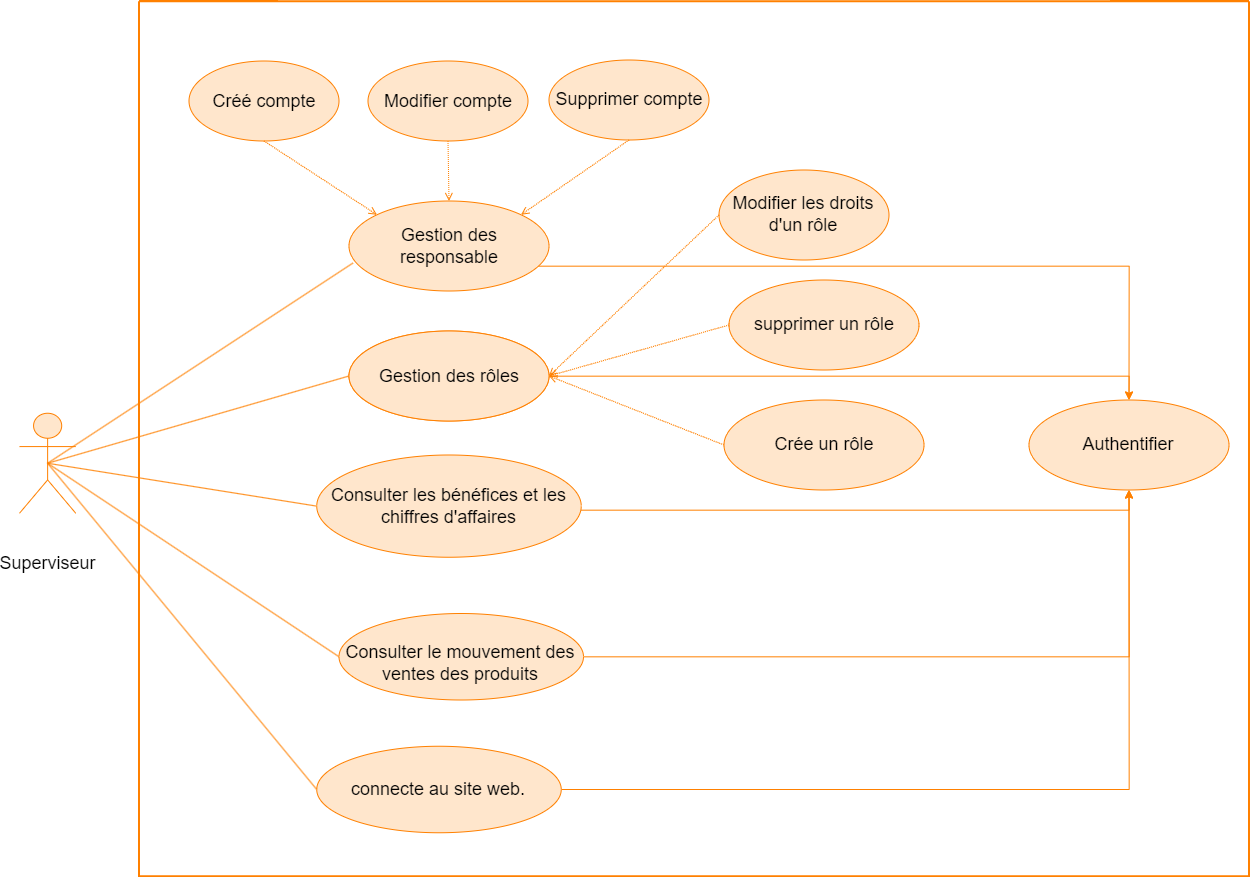
This is images/usecase SU.png from alizhassane/pfe, a draw.io export, as it was before one commit. Source tidied: cells renumbered, new cells last; positions are measured from the earlier drawing's top-left corner, leaving out a move shared by most shapes. Its diagram source:
```xml
<mxGraphModel>
  <root>
    <mxCell id="0" />
    <mxCell id="1" parent="0" />
    <mxCell id="2" style="rounded=0;jettySize=auto;html=1;endArrow=none;endFill=0;entryX=0.5;entryY=0.5;entryDx=0;entryDy=0;entryPerimeter=0;exitX=0;exitY=0.5;exitDx=0;exitDy=0;strokeColor=#FF8000;align=center;verticalAlign=middle;fontFamily=Helvetica;fontSize=12;fontColor=default;fillColor=#FFE6CC;" parent="1" edge="1" source="25" target="16">
      <mxGeometry relative="1" as="geometry" />
    </mxCell>
    <mxCell id="3" style="edgeStyle=orthogonalEdgeStyle;rounded=0;jettySize=auto;html=1;entryX=0.5;entryY=0;entryDx=0;entryDy=0;strokeColor=#FF8000;align=center;verticalAlign=middle;fontFamily=Helvetica;fontSize=12;fontColor=default;fillColor=#FFE6CC;" parent="1" edge="1" source="4" target="31">
      <mxGeometry relative="1" as="geometry">
        <Array as="points">
          <mxPoint x="1109.5" y="264.8" />
        </Array>
      </mxGeometry>
    </mxCell>
    <mxCell id="4" value="&lt;span style=&quot;font-size: 18px;&quot;&gt;Gestion des responsable&lt;/span&gt;" style="ellipse;whiteSpace=wrap;html=1;strokeColor=#FF8000;align=center;verticalAlign=middle;fontFamily=Helvetica;fontSize=12;fontColor=default;fillColor=#FFE6CC;" parent="1" vertex="1">
      <mxGeometry x="329.5" y="199.5" width="200" height="90" as="geometry" />
    </mxCell>
    <mxCell id="5" value="&lt;span style=&quot;font-size: 18px;&quot;&gt;Gestion des achats&lt;/span&gt;" style="ellipse;whiteSpace=wrap;html=1;strokeColor=#FF8000;align=center;verticalAlign=middle;fontFamily=Helvetica;fontSize=12;fontColor=default;fillColor=#FFE6CC;" parent="1" vertex="1">
      <mxGeometry x="329.5" y="329.5" width="200" height="90" as="geometry" />
    </mxCell>
    <mxCell id="6" value="&lt;span style=&quot;font-size: 18px;&quot;&gt;Modifier compte&lt;/span&gt;" style="ellipse;whiteSpace=wrap;html=1;strokeColor=#FF8000;align=center;verticalAlign=middle;fontFamily=Helvetica;fontSize=12;fontColor=default;fillColor=#FFE6CC;" parent="1" vertex="1">
      <mxGeometry x="348.5" y="59.5" width="160" height="80" as="geometry" />
    </mxCell>
    <mxCell id="7" style="rounded=0;jettySize=auto;html=1;dashed=1;dashPattern=1 1;endArrow=open;endFill=0;entryX=1;entryY=0.5;entryDx=0;entryDy=0;exitX=0;exitY=0.5;exitDx=0;exitDy=0;strokeColor=#FF8000;align=center;verticalAlign=middle;fontFamily=Helvetica;fontSize=12;fontColor=default;fillColor=#FFE6CC;" parent="1" edge="1" source="17" target="22">
      <mxGeometry relative="1" as="geometry" />
    </mxCell>
    <mxCell id="8" value="&lt;span style=&quot;font-size: 18px;&quot;&gt;Créé compte&lt;/span&gt;" style="ellipse;whiteSpace=wrap;html=1;strokeColor=#FF8000;align=center;verticalAlign=middle;fontFamily=Helvetica;fontSize=12;fontColor=default;fillColor=#FFE6CC;" parent="1" vertex="1">
      <mxGeometry x="169.5" y="59.5" width="150" height="80" as="geometry" />
    </mxCell>
    <mxCell id="9" value="&lt;span style=&quot;font-size: 18px;&quot;&gt;Supprimer compte&lt;/span&gt;" style="ellipse;whiteSpace=wrap;html=1;strokeColor=#FF8000;align=center;verticalAlign=middle;fontFamily=Helvetica;fontSize=12;fontColor=default;fillColor=#FFE6CC;" parent="1" vertex="1">
      <mxGeometry x="529.5" y="58.5" width="160" height="80" as="geometry" />
    </mxCell>
    <mxCell id="10" value="&lt;span style=&quot;font-size: 18px;&quot;&gt;supprimer un rôle&lt;/span&gt;" style="ellipse;whiteSpace=wrap;html=1;strokeColor=#FF8000;align=center;verticalAlign=middle;fontFamily=Helvetica;fontSize=12;fontColor=default;fillColor=#FFE6CC;" parent="1" vertex="1">
      <mxGeometry x="709.5" y="278.5" width="190" height="90" as="geometry" />
    </mxCell>
    <mxCell id="11" value="&lt;span style=&quot;font-size: 18px;&quot;&gt;Modifier les droits d'un rôle&lt;/span&gt;" style="ellipse;whiteSpace=wrap;html=1;strokeColor=#FF8000;align=center;verticalAlign=middle;fontFamily=Helvetica;fontSize=12;fontColor=default;fillColor=#FFE6CC;" parent="1" vertex="1">
      <mxGeometry x="699.5" y="168.5" width="170" height="90" as="geometry" />
    </mxCell>
    <mxCell id="12" style="rounded=0;jettySize=auto;html=1;dashed=1;dashPattern=1 1;endArrow=open;endFill=0;entryX=0;entryY=0;entryDx=0;entryDy=0;exitX=0.5;exitY=1;exitDx=0;exitDy=0;strokeColor=#FF8000;align=center;verticalAlign=middle;fontFamily=Helvetica;fontSize=12;fontColor=default;fillColor=#FFE6CC;" parent="1" edge="1" source="8" target="4">
      <mxGeometry relative="1" as="geometry" />
    </mxCell>
    <mxCell id="13" style="rounded=0;jettySize=auto;html=1;endArrow=none;endFill=0;entryX=0.5;entryY=0.5;entryDx=0;entryDy=0;entryPerimeter=0;exitX=0;exitY=0.5;exitDx=0;exitDy=0;strokeColor=#FF8000;align=center;verticalAlign=middle;fontFamily=Helvetica;fontSize=12;fontColor=default;fillColor=#FFE6CC;" parent="1" edge="1" source="5" target="16">
      <mxGeometry relative="1" as="geometry" />
    </mxCell>
    <mxCell id="14" style="rounded=0;jettySize=auto;html=1;dashed=1;dashPattern=1 1;endArrow=open;endFill=0;entryX=0.5;entryY=0;entryDx=0;entryDy=0;exitX=0.5;exitY=1;exitDx=0;exitDy=0;strokeColor=#FF8000;align=center;verticalAlign=middle;fontFamily=Helvetica;fontSize=12;fontColor=default;fillColor=#FFE6CC;" parent="1" edge="1" source="6" target="4">
      <mxGeometry relative="1" as="geometry" />
    </mxCell>
    <mxCell id="15" style="rounded=0;jettySize=auto;html=1;dashed=1;dashPattern=1 1;endArrow=open;endFill=0;entryX=1;entryY=0;entryDx=0;entryDy=0;exitX=0.5;exitY=1;exitDx=0;exitDy=0;strokeColor=#FF8000;align=center;verticalAlign=middle;fontFamily=Helvetica;fontSize=12;fontColor=default;fillColor=#FFE6CC;" parent="1" edge="1" source="9" target="4">
      <mxGeometry relative="1" as="geometry" />
    </mxCell>
    <mxCell id="16" value="&lt;span style=&quot;font-size: 18px;&quot;&gt;Superviseur&lt;/span&gt;" style="shape=umlActor;verticalLabelPosition=bottom;verticalAlign=middle;html=1;outlineConnect=0;strokeColor=#FF8000;align=center;fontFamily=Helvetica;fontSize=12;fontColor=default;fillColor=#FFE6CC;" parent="1" vertex="1">
      <mxGeometry y="411.8" width="56.2" height="100" as="geometry" />
    </mxCell>
    <mxCell id="17" value="&lt;span style=&quot;font-size: 18px;&quot;&gt;Crée un rôle&lt;/span&gt;" style="ellipse;whiteSpace=wrap;html=1;strokeColor=#FF8000;align=center;verticalAlign=middle;fontFamily=Helvetica;fontSize=12;fontColor=default;fillColor=#FFE6CC;" parent="1" vertex="1">
      <mxGeometry x="704.5" y="398.5" width="200" height="90" as="geometry" />
    </mxCell>
    <mxCell id="18" style="rounded=0;jettySize=auto;html=1;endArrow=none;endFill=0;entryX=0.5;entryY=0.5;entryDx=0;entryDy=0;entryPerimeter=0;exitX=0.02;exitY=0.689;exitDx=0;exitDy=0;exitPerimeter=0;strokeColor=#FF8000;align=center;verticalAlign=middle;fontFamily=Helvetica;fontSize=12;fontColor=default;fillColor=#FFE6CC;" parent="1" edge="1" source="4" target="16">
      <mxGeometry relative="1" as="geometry" />
    </mxCell>
    <mxCell id="19" style="rounded=0;jettySize=auto;html=1;dashed=1;dashPattern=1 1;endArrow=open;endFill=0;entryX=1;entryY=0.5;entryDx=0;entryDy=0;exitX=0;exitY=0.5;exitDx=0;exitDy=0;strokeColor=#FF8000;align=center;verticalAlign=middle;fontFamily=Helvetica;fontSize=12;fontColor=default;fillColor=#FFE6CC;" parent="1" edge="1" source="11" target="5">
      <mxGeometry relative="1" as="geometry" />
    </mxCell>
    <mxCell id="20" style="rounded=0;jettySize=auto;html=1;dashed=1;dashPattern=1 1;endArrow=open;endFill=0;entryX=1;entryY=0.5;entryDx=0;entryDy=0;exitX=0;exitY=0.5;exitDx=0;exitDy=0;strokeColor=#FF8000;align=center;verticalAlign=middle;fontFamily=Helvetica;fontSize=12;fontColor=default;fillColor=#FFE6CC;" parent="1" edge="1" source="10" target="5">
      <mxGeometry relative="1" as="geometry" />
    </mxCell>
    <mxCell id="21" style="edgeStyle=orthogonalEdgeStyle;rounded=0;jettySize=auto;html=1;entryX=0.5;entryY=0;entryDx=0;entryDy=0;strokeColor=#FF8000;align=center;verticalAlign=middle;fontFamily=Helvetica;fontSize=12;fontColor=default;fillColor=#FFE6CC;" parent="1" edge="1" source="22" target="31">
      <mxGeometry relative="1" as="geometry" />
    </mxCell>
    <mxCell id="22" value="&lt;span style=&quot;font-size: 18px;&quot;&gt;Gestion des rôles&lt;/span&gt;" style="ellipse;whiteSpace=wrap;html=1;strokeColor=#FF8000;align=center;verticalAlign=middle;fontFamily=Helvetica;fontSize=12;fontColor=default;fillColor=#FFE6CC;" parent="1" vertex="1">
      <mxGeometry x="329.5" y="329.5" width="200" height="90" as="geometry" />
    </mxCell>
    <mxCell id="23" style="rounded=0;jettySize=auto;html=1;endArrow=none;endFill=0;entryX=0.5;entryY=0.5;entryDx=0;entryDy=0;entryPerimeter=0;exitX=0;exitY=0.5;exitDx=0;exitDy=0;strokeColor=#FF8000;align=center;verticalAlign=middle;fontFamily=Helvetica;fontSize=12;fontColor=default;fillColor=#FFE6CC;" parent="1" edge="1" source="27" target="16">
      <mxGeometry relative="1" as="geometry" />
    </mxCell>
    <mxCell id="24" style="edgeStyle=orthogonalEdgeStyle;rounded=0;jettySize=auto;html=1;entryX=0.5;entryY=1;entryDx=0;entryDy=0;strokeColor=#FF8000;align=center;verticalAlign=middle;fontFamily=Helvetica;fontSize=12;fontColor=default;fillColor=#FFE6CC;" parent="1" edge="1" source="25" target="31">
      <mxGeometry relative="1" as="geometry">
        <Array as="points">
          <mxPoint x="1109.5" y="508.8" />
        </Array>
      </mxGeometry>
    </mxCell>
    <mxCell id="25" value="&lt;span style=&quot;font-size: 18px;&quot;&gt;Consulter les bénéfices et les chiffres d'affaires&lt;/span&gt;" style="ellipse;whiteSpace=wrap;html=1;strokeColor=#FF8000;align=center;verticalAlign=middle;fontFamily=Helvetica;fontSize=12;fontColor=default;fillColor=#FFE6CC;" parent="1" vertex="1">
      <mxGeometry x="297.2" y="453.5" width="264.5" height="102.2" as="geometry" />
    </mxCell>
    <mxCell id="26" style="edgeStyle=orthogonalEdgeStyle;rounded=0;jettySize=auto;html=1;entryX=0.5;entryY=1;entryDx=0;entryDy=0;strokeColor=#FF8000;align=center;verticalAlign=middle;fontFamily=Helvetica;fontSize=12;fontColor=default;fillColor=#FFE6CC;" parent="1" edge="1" source="27" target="31">
      <mxGeometry relative="1" as="geometry" />
    </mxCell>
    <mxCell id="27" value="&lt;div&gt;&lt;span style=&quot;background-color: rgb(255, 230, 204);&quot;&gt;&lt;br&gt;&lt;/span&gt;&lt;/div&gt;&lt;span style=&quot;background-color: rgb(255, 230, 204);&quot;&gt;&lt;br&gt;&lt;span style=&quot;color: rgb(0, 0, 0); font-family: Helvetica; font-size: 18px; font-style: normal; font-variant-ligatures: normal; font-variant-caps: normal; font-weight: 400; letter-spacing: normal; orphans: 2; text-align: center; text-indent: 0px; text-transform: none; widows: 2; word-spacing: 0px; -webkit-text-stroke-width: 0px; white-space: normal; text-decoration-thickness: initial; text-decoration-style: initial; text-decoration-color: initial; float: none; display: inline !important;&quot;&gt;Consulter le mouvement des ventes des produits&lt;/span&gt;&lt;/span&gt;&lt;div&gt;&lt;br&gt;&lt;/div&gt;" style="ellipse;whiteSpace=wrap;html=1;strokeColor=#FF8000;align=center;verticalAlign=middle;fontFamily=Helvetica;fontSize=12;fontColor=default;fillColor=#FFE6CC;" parent="1" vertex="1">
      <mxGeometry x="319.5" y="612" width="244.5" height="86.5" as="geometry" />
    </mxCell>
    <mxCell id="28" style="edgeStyle=orthogonalEdgeStyle;rounded=0;jettySize=auto;html=1;strokeColor=#FF8000;align=center;verticalAlign=middle;fontFamily=Helvetica;fontSize=12;fontColor=default;fillColor=#FFE6CC;" parent="1" edge="1" source="29" target="31">
      <mxGeometry relative="1" as="geometry" />
    </mxCell>
    <mxCell id="29" value="&lt;font style=&quot;font-size: 18px;&quot;&gt;connecte au site web.&lt;/font&gt;" style="ellipse;whiteSpace=wrap;html=1;strokeColor=#FF8000;align=center;verticalAlign=middle;fontFamily=Helvetica;fontSize=12;fontColor=default;fillColor=#FFE6CC;" parent="1" vertex="1">
      <mxGeometry x="297.2" y="744.8" width="244.5" height="86.5" as="geometry" />
    </mxCell>
    <mxCell id="30" style="rounded=0;jettySize=auto;html=1;endArrow=none;endFill=0;entryX=0.5;entryY=0.5;entryDx=0;entryDy=0;entryPerimeter=0;exitX=0;exitY=0.5;exitDx=0;exitDy=0;strokeColor=#FF8000;align=center;verticalAlign=middle;fontFamily=Helvetica;fontSize=12;fontColor=default;fillColor=#FFE6CC;" parent="1" edge="1" source="29" target="16">
      <mxGeometry relative="1" as="geometry" />
    </mxCell>
    <mxCell id="31" value="&lt;span style=&quot;font-size: 18px;&quot;&gt;Authentifier&lt;/span&gt;" style="ellipse;whiteSpace=wrap;html=1;strokeColor=#FF8000;align=center;verticalAlign=middle;fontFamily=Helvetica;fontSize=12;fontColor=default;fillColor=#FFE6CC;" parent="1" vertex="1">
      <mxGeometry x="1009.5" y="398.5" width="200" height="90" as="geometry" />
    </mxCell>
    <mxCell id="32" style="swimlane;startSize=0;strokeWidth=2;strokeColor=#FF8000;align=center;verticalAlign=middle;fontFamily=Helvetica;fontSize=12;fontColor=default;fillColor=#FFE6CC;" parent="1" vertex="1">
      <mxGeometry x="119.5" y="-0.2" width="1110" height="875" as="geometry" />
    </mxCell>
  </root>
</mxGraphModel>
```
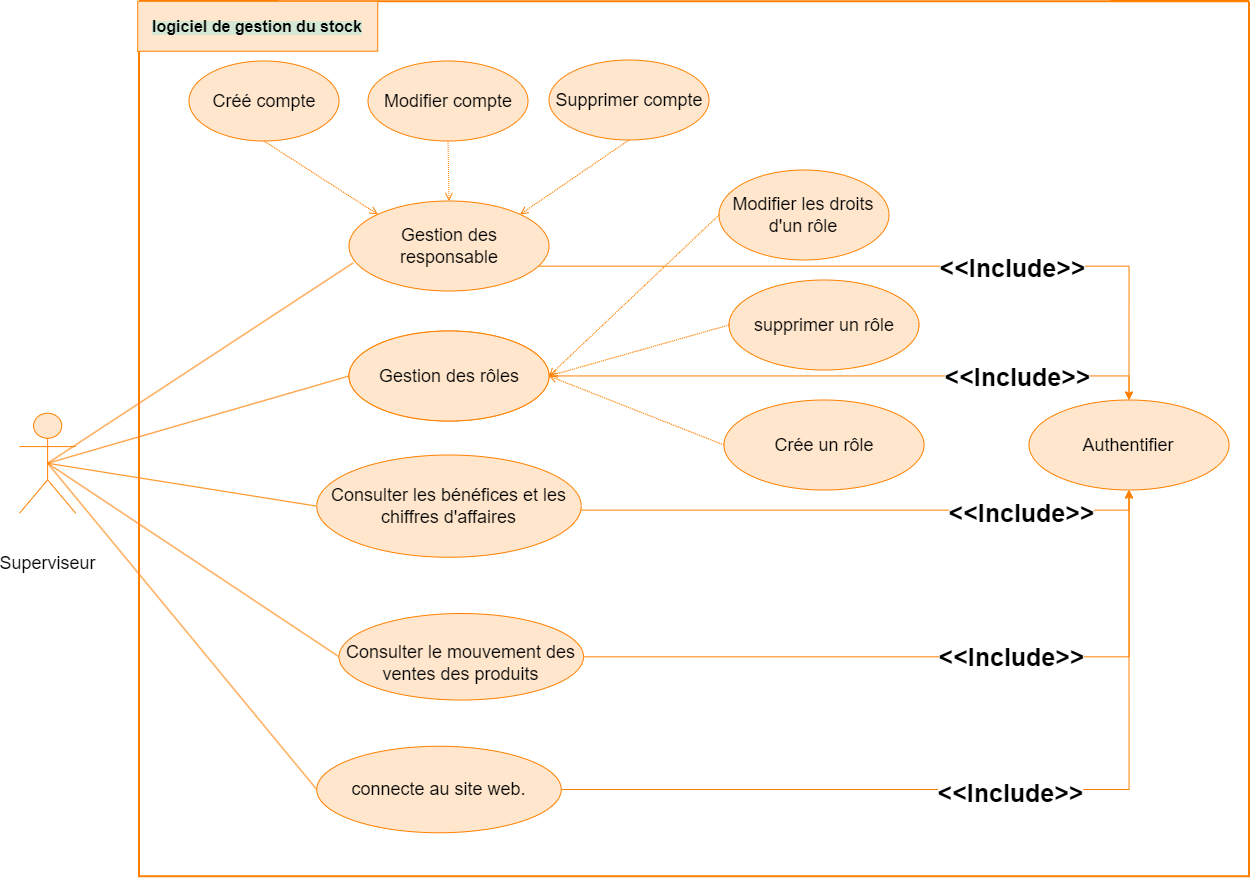
After the commit.

The edit, as a diff of the source:
```diff
@@ -103,5 +103,33 @@
     <mxCell id="32" style="swimlane;startSize=0;strokeWidth=2;strokeColor=#FF8000;align=center;verticalAlign=middle;fontFamily=Helvetica;fontSize=12;fontColor=default;fillColor=#FFE6CC;" parent="1" vertex="1">
       <mxGeometry x="119.5" y="-0.2" width="1110" height="875" as="geometry" />
     </mxCell>
+    <mxCell id="33" value="&lt;span style=&quot;background-color: rgb(213, 232, 212);&quot;&gt;&lt;font style=&quot;font-size: 16px;&quot;&gt;logiciel de gestion du stock&lt;/font&gt;&lt;/span&gt;" style="html=1;whiteSpace=wrap;fontSize=12;fontStyle=1;strokeColor=#FF8000;align=center;verticalAlign=middle;fontFamily=Helvetica;fontColor=default;fillColor=#FFE6CC;" parent="32" vertex="1">
+      <mxGeometry x="-1.3" width="240" height="50" as="geometry" />
+    </mxCell>
+    <mxCell id="34" value="&lt;font style=&quot;font-size: 25px;&quot;&gt;&amp;lt;&amp;lt;Include&amp;gt;&amp;gt;&lt;/font&gt;" style="edgeLabel;html=1;align=center;verticalAlign=middle;rotation=0;fontSize=12;fontStyle=1;strokeColor=#FF8000;fontFamily=Helvetica;fontColor=default;fillColor=#FFE6CC;" parent="32" vertex="1">
+      <mxGeometry x="883.5" y="236" as="geometry">
+        <mxPoint x="-11" y="29" as="offset" />
+      </mxGeometry>
+    </mxCell>
+    <mxCell id="35" value="&lt;font style=&quot;font-size: 25px;&quot;&gt;&amp;lt;&amp;lt;Include&amp;gt;&amp;gt;&lt;/font&gt;" style="edgeLabel;html=1;align=center;verticalAlign=middle;rotation=0;fontSize=12;fontStyle=1;strokeColor=#FF8000;fontFamily=Helvetica;fontColor=default;fillColor=#FFE6CC;" parent="32" vertex="1">
+      <mxGeometry x="888.5" y="345" as="geometry">
+        <mxPoint x="-11" y="29" as="offset" />
+      </mxGeometry>
+    </mxCell>
+    <mxCell id="36" value="&lt;font style=&quot;font-size: 25px;&quot;&gt;&amp;lt;&amp;lt;Include&amp;gt;&amp;gt;&lt;/font&gt;" style="edgeLabel;html=1;align=center;verticalAlign=middle;rotation=0;fontSize=12;fontStyle=1;strokeColor=#FF8000;fontFamily=Helvetica;fontColor=default;fillColor=#FFE6CC;" parent="32" vertex="1">
+      <mxGeometry x="892.5" y="481" as="geometry">
+        <mxPoint x="-11" y="29" as="offset" />
+      </mxGeometry>
+    </mxCell>
+    <mxCell id="37" value="&lt;font style=&quot;font-size: 25px;&quot;&gt;&amp;lt;&amp;lt;Include&amp;gt;&amp;gt;&lt;/font&gt;" style="edgeLabel;html=1;align=center;verticalAlign=middle;rotation=0;fontSize=12;fontStyle=1;strokeColor=#FF8000;fontFamily=Helvetica;fontColor=default;fillColor=#FFE6CC;" parent="32" vertex="1">
+      <mxGeometry x="882.5" y="625" as="geometry">
+        <mxPoint x="-11" y="29" as="offset" />
+      </mxGeometry>
+    </mxCell>
+    <mxCell id="38" value="&lt;font style=&quot;font-size: 25px;&quot;&gt;&amp;lt;&amp;lt;Include&amp;gt;&amp;gt;&lt;/font&gt;" style="edgeLabel;html=1;align=center;verticalAlign=middle;rotation=0;fontSize=12;fontStyle=1;strokeColor=#FF8000;fontFamily=Helvetica;fontColor=default;fillColor=#FFE6CC;" parent="32" vertex="1">
+      <mxGeometry x="881.5" y="761" as="geometry">
+        <mxPoint x="-11" y="29" as="offset" />
+      </mxGeometry>
+    </mxCell>
   </root>
 </mxGraphModel>
```
